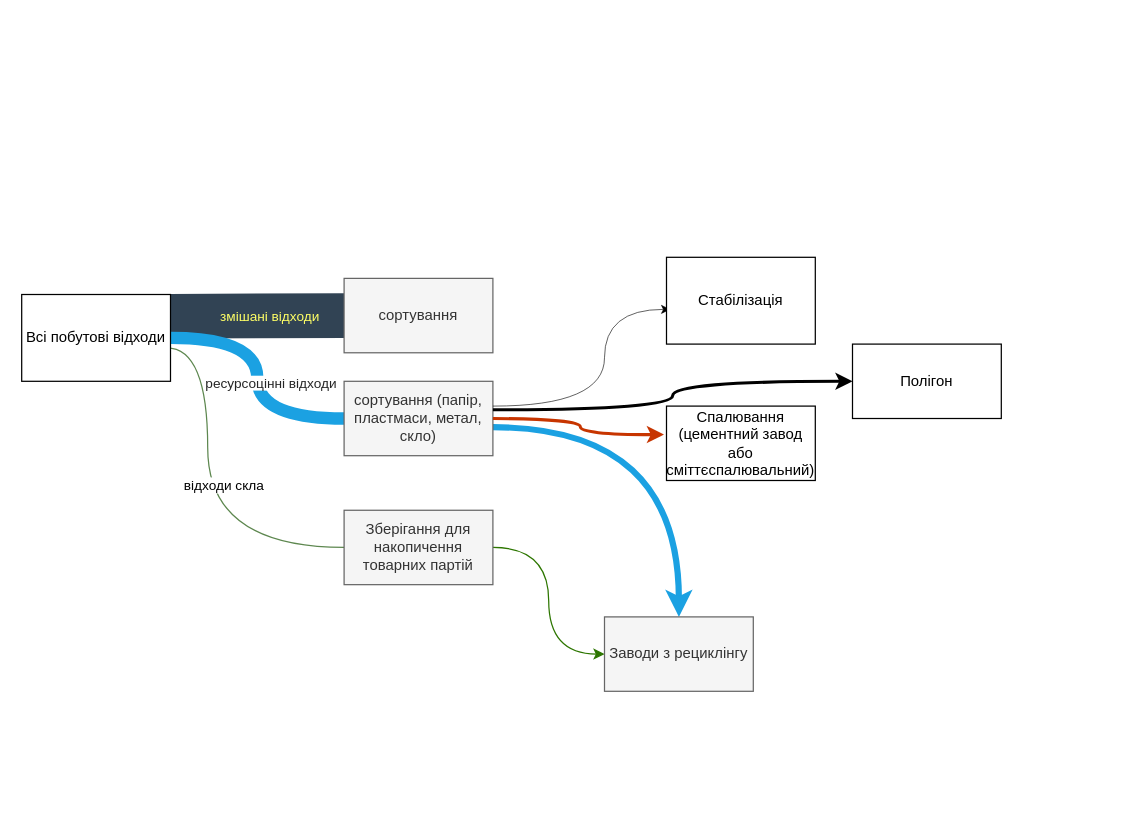
Above: Untitled Diagram.drawio in dianaaiandor/diagram-di (draw.io), before the change. Source tidied: cells renumbered, new cells numbered last; positions are measured from the earlier drawing's top-left corner, leaving out a move shared by most shapes. Both pictures are drawn from the tidied source at 124%, with x=0, y=0 at pixel (21, 257).
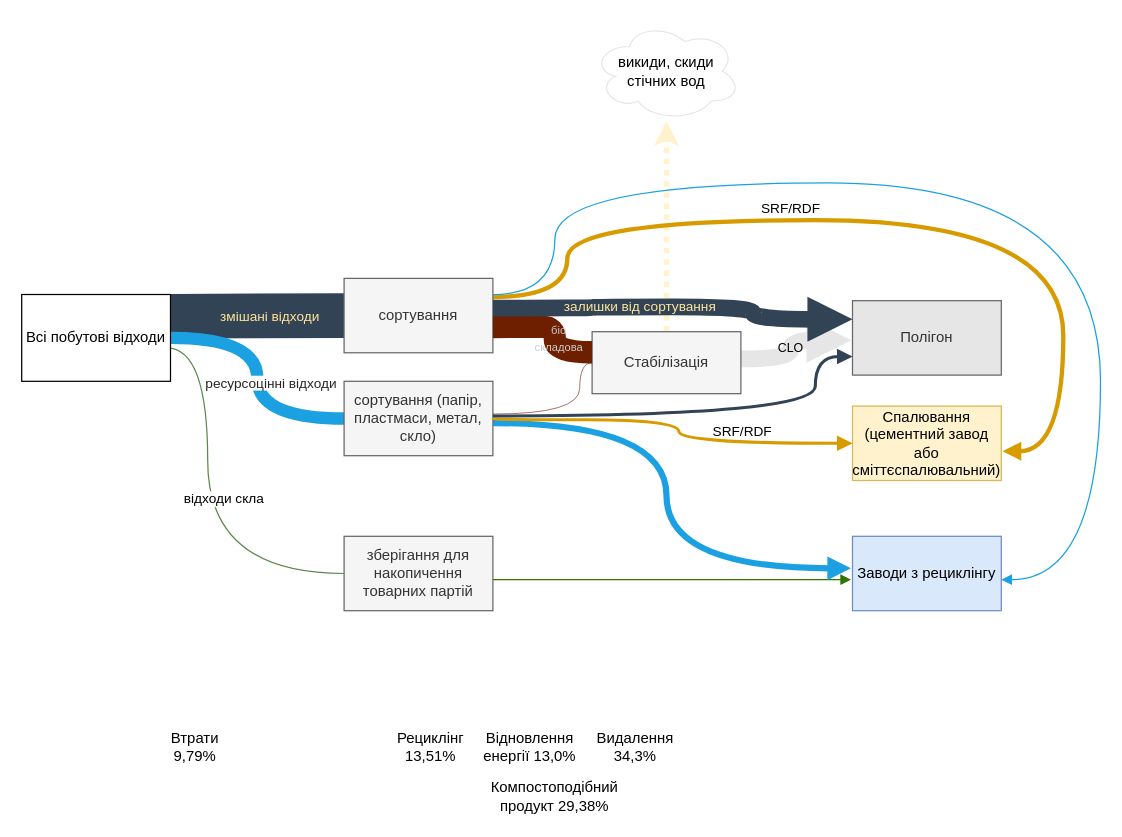
After the change.

Unchanged cells that the change refers to:
```xml
<mxCell id="2" style="edgeStyle=orthogonalEdgeStyle;rounded=0;jettySize=auto;html=1;curved=1;strokeWidth=36;endArrow=none;endFill=0;exitX=0;exitY=0.75;exitDx=0;exitDy=0;endSize=13;fontColor=#7a7a7a;fillColor=#647687;strokeColor=#314354;" parent="1" edge="1" source="8" target="9">
  <mxGeometry relative="1" as="geometry" />
</mxCell>
<mxCell id="8" value="Всі побутові відходи" style="rounded=0;whiteSpace=wrap;html=1;direction=west;" parent="1" vertex="1">
  <mxGeometry y="30" width="120" height="70" as="geometry" />
</mxCell>
<mxCell id="9" value="сортування" style="rounded=0;whiteSpace=wrap;html=1;fillColor=#f5f5f5;fontColor=#333333;strokeColor=#666666;" parent="1" vertex="1">
  <mxGeometry x="260" y="17" width="120" height="60" as="geometry" />
</mxCell>
<mxCell id="13" value="сортування (папір, пластмаси, метал, скло)" style="whiteSpace=wrap;html=1;rounded=0;fillColor=#f5f5f5;fontColor=#333333;strokeColor=#666666;" parent="1" vertex="1">
  <mxGeometry x="260" y="100" width="120" height="60" as="geometry" />
</mxCell>
```

The edit, as a diff of the source:
```diff
@@
+    <mxCell id="21" style="edgeStyle=orthogonalEdgeStyle;rounded=0;jettySize=auto;html=1;strokeWidth=4.5;fillColor=#f9f7ed;strokeColor=#FFF2CC;dashed=1;dashPattern=1 1;" parent="1" edge="1" source="20" target="32">
+      <mxGeometry relative="1" as="geometry" />
+    </mxCell>
@@
-    <mxCell id="3" value="змішані відходи" style="edgeLabel;html=1;align=center;verticalAlign=middle;fontColor=#FFFF66;labelBackgroundColor=none;" parent="2" vertex="1">
+    <mxCell id="3" value="змішані відходи" style="edgeLabel;html=1;align=center;verticalAlign=middle;fontColor=#FFE599;labelBackgroundColor=none;" parent="2" vertex="1">
       <mxGeometry x="0.17" y="-11" relative="1" as="geometry">
         <mxPoint x="-2" y="-11" as="offset" />
       </mxGeometry>
     </mxCell>
     <mxCell id="4" style="edgeStyle=orthogonalEdgeStyle;rounded=0;jettySize=auto;html=1;curved=1;fillColor=#6d8764;strokeColor=#5D874F;exitX=0.025;exitY=0.386;exitDx=0;exitDy=0;endArrow=none;endFill=0;exitPerimeter=0;entryX=1;entryY=0.5;entryDx=0;entryDy=0;" parent="1" edge="1" source="8" target="11">
       <mxGeometry relative="1" as="geometry">
         <Array as="points">
           <mxPoint x="150" y="73" />
-          <mxPoint x="150" y="234" />
+          <mxPoint x="150" y="255" />
         </Array>
       </mxGeometry>
     </mxCell>
@@
+    <mxCell id="22" style="edgeStyle=orthogonalEdgeStyle;rounded=0;jettySize=auto;html=1;curved=1;entryX=1.008;entryY=0.607;entryDx=0;entryDy=0;entryPerimeter=0;strokeWidth=3.5;fillColor=#ffcd28;strokeColor=#d79b00;gradientColor=#ffa500;exitX=1;exitY=0.25;exitDx=0;exitDy=0;endArrow=block;endFill=1;" parent="1" edge="1" source="9" target="15">
+      <mxGeometry relative="1" as="geometry">
+        <Array as="points">
+          <mxPoint x="440" y="32" />
+          <mxPoint x="440" y="-30" />
+          <mxPoint x="840" y="-30" />
+          <mxPoint x="840" y="156" />
+        </Array>
+      </mxGeometry>
+    </mxCell>
+    <mxCell id="23" value="SRF/RDF" style="edgeLabel;html=1;align=center;verticalAlign=middle;labelBackgroundColor=none;" parent="22" vertex="1">
+      <mxGeometry x="-0.56" y="-15" relative="1" as="geometry">
+        <mxPoint x="134" y="-25" as="offset" />
+      </mxGeometry>
+    </mxCell>
@@
-    <mxCell id="10" style="edgeStyle=orthogonalEdgeStyle;rounded=0;jettySize=auto;html=1;entryX=0;entryY=0.5;entryDx=0;entryDy=0;curved=1;fillColor=#60a917;strokeColor=#2D7600;" parent="1" edge="1" source="11" target="14">
-      <mxGeometry relative="1" as="geometry" />
+    <mxCell id="10" style="edgeStyle=orthogonalEdgeStyle;rounded=0;jettySize=auto;html=1;entryX=-0.01;entryY=0.583;entryDx=0;entryDy=0;curved=1;fillColor=#60a917;strokeColor=#2D7600;endArrow=block;endFill=1;entryPerimeter=0;" parent="1" edge="1" target="14">
+      <mxGeometry relative="1" as="geometry">
+        <mxPoint x="360" y="260" as="sourcePoint" />
+      </mxGeometry>
     </mxCell>
-    <mxCell id="11" value="Зберігання для накопичення товарних партій" style="rounded=0;whiteSpace=wrap;html=1;direction=west;fillColor=#f5f5f5;strokeColor=#666666;fontColor=#333333;" parent="1" vertex="1">
-      <mxGeometry x="260" y="204" width="120" height="60" as="geometry" />
+    <mxCell id="11" value="зберігання для накопичення товарних партій" style="rounded=0;whiteSpace=wrap;html=1;direction=west;fillColor=#f5f5f5;strokeColor=#666666;fontColor=#333333;" parent="1" vertex="1">
+      <mxGeometry x="260" y="225" width="120" height="60" as="geometry" />
     </mxCell>
-    <mxCell id="12" style="edgeStyle=orthogonalEdgeStyle;rounded=0;jettySize=auto;html=1;curved=1;entryX=0.5;entryY=0;entryDx=0;entryDy=0;strokeWidth=5;fillColor=#1ba1e2;strokeColor=#1BA1E2;exitX=1;exitY=0.617;exitDx=0;exitDy=0;exitPerimeter=0;" parent="1" edge="1" source="13" target="14">
-      <mxGeometry relative="1" as="geometry" />
+    <mxCell id="12" style="edgeStyle=orthogonalEdgeStyle;rounded=0;jettySize=auto;html=1;curved=1;entryX=-0.01;entryY=0.43;entryDx=0;entryDy=0;strokeWidth=5;fillColor=#1ba1e2;strokeColor=#1BA1E2;exitX=1.001;exitY=0.562;exitDx=0;exitDy=0;exitPerimeter=0;endArrow=block;endFill=1;entryPerimeter=0;" parent="1" edge="1" source="13" target="14">
+      <mxGeometry relative="1" as="geometry">
+        <Array as="points">
+          <mxPoint x="520" y="134" />
+          <mxPoint x="520" y="251" />
+        </Array>
+      </mxGeometry>
     </mxCell>
@@
-    <mxCell id="14" value="Заводи з рециклінгу" style="whiteSpace=wrap;html=1;fillColor=#f5f5f5;strokeColor=#666666;fontColor=#333333;rounded=0;" parent="1" vertex="1">
-      <mxGeometry x="470" y="290" width="120" height="60" as="geometry" />
+    <mxCell id="14" value="Заводи з рециклінгу" style="whiteSpace=wrap;html=1;fillColor=#dae8fc;strokeColor=#6c8ebf;rounded=0;" parent="1" vertex="1">
+      <mxGeometry x="670" y="225" width="120" height="60" as="geometry" />
     </mxCell>
-    <mxCell id="15" value="Спалювання (цементний завод або сміттєспалювальний)" style="whiteSpace=wrap;html=1;" parent="1" vertex="1">
-      <mxGeometry x="520" y="120" width="120" height="60" as="geometry" />
+    <mxCell id="15" value="Спалювання (цементний завод або сміттєспалювальний)" style="whiteSpace=wrap;html=1;fillColor=#fff2cc;strokeColor=#d6b656;" parent="1" vertex="1">
+      <mxGeometry x="670" y="120" width="120" height="60" as="geometry" />
     </mxCell>
-    <mxCell id="16" style="edgeStyle=orthogonalEdgeStyle;jettySize=auto;html=1;rounded=0;entryX=-0.017;entryY=0.383;entryDx=0;entryDy=0;entryPerimeter=0;curved=1;strokeWidth=2.5;fillColor=#fa6800;strokeColor=#C73500;" parent="1" edge="1" target="15">
+    <mxCell id="16" style="edgeStyle=orthogonalEdgeStyle;jettySize=auto;html=1;rounded=0;curved=1;strokeWidth=2.5;fillColor=#ffcd28;strokeColor=#d79b00;gradientColor=#ffa500;startArrow=none;startFill=0;entryX=0;entryY=0.5;entryDx=0;entryDy=0;endArrow=block;endFill=1;" parent="1" edge="1" target="15">
       <mxGeometry relative="1" as="geometry">
         <mxPoint x="380" y="130" as="sourcePoint" />
+        <Array as="points">
+          <mxPoint x="380" y="131" />
+          <mxPoint x="530" y="131" />
+          <mxPoint x="530" y="150" />
+        </Array>
       </mxGeometry>
     </mxCell>
+    <mxCell id="24" value="SRF/RDF" style="edgeLabel;html=1;align=center;verticalAlign=middle;labelBackgroundColor=none;" parent="16" vertex="1">
+      <mxGeometry x="0.25" relative="1" as="geometry">
+        <mxPoint x="26" y="-10" as="offset" />
+      </mxGeometry>
+    </mxCell>
-    <mxCell id="17" value="Полігон" style="whiteSpace=wrap;html=1;" parent="1" vertex="1">
-      <mxGeometry x="670" y="70" width="120" height="60" as="geometry" />
+    <mxCell id="17" value="Полігон" style="whiteSpace=wrap;html=1;fillColor=#E6E6E6;strokeColor=#666666;fontColor=#333333;" parent="1" vertex="1">
+      <mxGeometry x="670" y="35" width="120" height="60" as="geometry" />
     </mxCell>
+    <mxCell id="19" style="edgeStyle=orthogonalEdgeStyle;jettySize=auto;html=1;rounded=0;entryX=0;entryY=0.5;entryDx=0;entryDy=0;curved=1;strokeWidth=0.5;exitX=1.001;exitY=0.424;exitDx=0;exitDy=0;exitPerimeter=0;endArrow=none;endFill=0;fillColor=#a0522d;strokeColor=#6D1F00;" parent="1" edge="1" target="20">
+      <mxGeometry relative="1" as="geometry">
+        <mxPoint x="380.1" y="126.4" as="sourcePoint" />
+        <Array as="points">
+          <mxPoint x="450" y="126" />
+          <mxPoint x="450" y="85" />
+        </Array>
+      </mxGeometry>
+    </mxCell>
+    <mxCell id="25" style="edgeStyle=orthogonalEdgeStyle;rounded=0;jettySize=auto;html=1;exitX=1;exitY=0.5;exitDx=0;exitDy=0;entryX=-0.007;entryY=0.531;entryDx=0;entryDy=0;curved=1;strokeWidth=13.5;endArrow=block;endFill=1;endSize=1;fillColor=#f5f5f5;strokeColor=#E6E6E6;entryPerimeter=0;" parent="1" edge="1" target="17">
+      <mxGeometry relative="1" as="geometry">
+        <mxPoint x="580" y="82" as="sourcePoint" />
+        <Array as="points">
+          <mxPoint x="620" y="82" />
+          <mxPoint x="620" y="67" />
+        </Array>
+      </mxGeometry>
+    </mxCell>
+    <mxCell id="26" value="&lt;font size=&quot;1&quot;&gt;CLO&lt;/font&gt;" style="edgeLabel;html=1;align=center;verticalAlign=middle;labelBackgroundColor=none;spacingTop=2;" parent="25" vertex="1">
+      <mxGeometry relative="1" as="geometry">
+        <mxPoint x="-1" y="1" as="offset" />
+      </mxGeometry>
+    </mxCell>
+    <mxCell id="20" value="Стабілізація" style="whiteSpace=wrap;html=1;fillColor=#f5f5f5;fontColor=#333333;strokeColor=#666666;" parent="1" vertex="1">
+      <mxGeometry x="460" y="60" width="120" height="50" as="geometry" />
+    </mxCell>
+    <mxCell id="27" style="edgeStyle=orthogonalEdgeStyle;jettySize=auto;html=1;rounded=0;curved=1;strokeWidth=18;endArrow=none;endFill=0;fillColor=#a0522d;strokeColor=#6D1F00;exitX=0.983;exitY=0.653;exitDx=0;exitDy=0;exitPerimeter=0;entryX=0;entryY=0.331;entryDx=0;entryDy=0;entryPerimeter=0;" parent="1" edge="1" target="20">
+      <mxGeometry relative="1" as="geometry">
+        <mxPoint x="380" y="56.2" as="sourcePoint" />
+        <Array as="points">
+          <mxPoint x="410" y="56" />
+          <mxPoint x="430" y="56" />
+          <mxPoint x="430" y="77" />
+        </Array>
+      </mxGeometry>
+    </mxCell>
+    <mxCell id="28" value="&lt;span style=&quot;white-space: normal; caret-color: rgb(51, 51, 51); text-align: left;&quot;&gt;&lt;font style=&quot;font-size: 9px;&quot; face=&quot;Helvetica&quot;&gt;біо складова&lt;/font&gt;&lt;/span&gt;" style="edgeLabel;html=1;align=center;verticalAlign=middle;labelBackgroundColor=none;fontColor=#CCCCCC;" parent="27" vertex="1">
+      <mxGeometry x="0.12" y="3" relative="1" as="geometry">
+        <mxPoint x="-1" y="3" as="offset" />
+      </mxGeometry>
+    </mxCell>
+    <mxCell id="29" style="edgeStyle=orthogonalEdgeStyle;jettySize=auto;html=1;rounded=0;entryX=0;entryY=0.25;entryDx=0;entryDy=0;curved=1;exitX=1;exitY=0.75;exitDx=0;exitDy=0;strokeWidth=13.5;fillColor=#647687;strokeColor=#314354;endArrow=block;endFill=1;endSize=1;" parent="1" edge="1" target="17">
+      <mxGeometry relative="1" as="geometry">
+        <mxPoint x="380" y="41" as="sourcePoint" />
+        <Array as="points">
+          <mxPoint x="460" y="41" />
+          <mxPoint x="460" y="40" />
+          <mxPoint x="590" y="40" />
+          <mxPoint x="590" y="50" />
+        </Array>
+      </mxGeometry>
+    </mxCell>
+    <mxCell id="30" value="залишки від сортування&amp;nbsp;" style="edgeLabel;html=1;align=center;verticalAlign=middle;labelBackgroundColor=none;fontColor=#FFE599;" parent="29" vertex="1">
+      <mxGeometry x="-0.2" y="-1" relative="1" as="geometry">
+        <mxPoint y="-2" as="offset" />
+      </mxGeometry>
+    </mxCell>
+    <mxCell id="31" style="edgeStyle=orthogonalEdgeStyle;orthogonalLoop=1;jettySize=auto;html=1;rounded=0;curved=1;fillColor=#1ba1e2;strokeColor=#1BA1E2;endArrow=block;endFill=1;" parent="1" edge="1">
+      <mxGeometry relative="1" as="geometry">
+        <mxPoint x="380" y="30" as="sourcePoint" />
+        <mxPoint x="790" y="260" as="targetPoint" />
+        <Array as="points">
+          <mxPoint x="430" y="30" />
+          <mxPoint x="430" y="-60" />
+          <mxPoint x="870" y="-60" />
+          <mxPoint x="870" y="260" />
+        </Array>
+      </mxGeometry>
+    </mxCell>
+    <mxCell id="32" value="викиди, скиди стічних вод" style="ellipse;shape=cloud;whiteSpace=wrap;html=1;strokeColor=#E6E6E6;" parent="1" vertex="1">
+      <mxGeometry x="460" y="-190" width="120" height="80" as="geometry" />
+    </mxCell>
+    <mxCell id="33" value="Рециклінг 13,51%" style="text;strokeColor=none;align=center;fillColor=none;html=1;verticalAlign=middle;whiteSpace=wrap;rounded=0;" parent="1" vertex="1">
+      <mxGeometry x="300" y="380" width="60" height="30" as="geometry" />
+    </mxCell>
+    <mxCell id="34" value="Відновлення енергії 13,0%" style="text;strokeColor=none;align=center;fillColor=none;html=1;verticalAlign=middle;whiteSpace=wrap;rounded=0;" parent="1" vertex="1">
+      <mxGeometry x="360" y="380" width="100" height="30" as="geometry" />
+    </mxCell>
+    <mxCell id="35" value="Видалення 34,3%" style="text;strokeColor=none;align=center;fillColor=none;html=1;verticalAlign=middle;whiteSpace=wrap;rounded=0;" parent="1" vertex="1">
+      <mxGeometry x="445" y="380" width="100" height="30" as="geometry" />
+    </mxCell>
+    <mxCell id="36" value="Компостоподібний продукт 29,38%" style="text;strokeColor=none;align=center;fillColor=none;html=1;verticalAlign=middle;whiteSpace=wrap;rounded=0;" parent="1" vertex="1">
+      <mxGeometry x="370" y="420" width="120" height="30" as="geometry" />
+    </mxCell>
+    <mxCell id="37" value="Втрати 9,79%" style="text;strokeColor=none;align=center;fillColor=none;html=1;verticalAlign=middle;whiteSpace=wrap;rounded=0;" parent="1" vertex="1">
+      <mxGeometry x="110" y="380" width="60" height="30" as="geometry" />
+    </mxCell>
-    <mxCell id="18" style="edgeStyle=orthogonalEdgeStyle;jettySize=auto;html=1;rounded=0;entryX=0;entryY=0.5;entryDx=0;entryDy=0;curved=1;strokeWidth=2.5;exitX=1;exitY=0.383;exitDx=0;exitDy=0;exitPerimeter=0;" parent="1" edge="1" source="13" target="17">
-      <mxGeometry relative="1" as="geometry" />
+    <mxCell id="18" style="edgeStyle=orthogonalEdgeStyle;jettySize=auto;html=1;rounded=0;curved=1;strokeWidth=2.5;fillColor=#647687;strokeColor=#314354;entryX=0;entryY=0.75;entryDx=0;entryDy=0;endArrow=block;endFill=1;" parent="1" edge="1" target="17">
+      <mxGeometry relative="1" as="geometry">
+        <mxPoint x="380" y="128" as="sourcePoint" />
+        <Array as="points">
+          <mxPoint x="640" y="128" />
+          <mxPoint x="640" y="80" />
+        </Array>
+      </mxGeometry>
     </mxCell>
-    <mxCell id="19" style="edgeStyle=orthogonalEdgeStyle;jettySize=auto;html=1;rounded=0;entryX=0.025;entryY=0.6;entryDx=0;entryDy=0;entryPerimeter=0;curved=1;strokeWidth=0.5;" parent="1" edge="1" target="20">
-      <mxGeometry relative="1" as="geometry">
-        <mxPoint x="380" y="120" as="sourcePoint" />
-        <Array as="points">
-          <mxPoint x="470" y="120" />
-          <mxPoint x="470" y="42" />
-        </Array>
-      </mxGeometry>
-    </mxCell>
-    <mxCell id="20" value="Стабілізація" style="whiteSpace=wrap;html=1;" parent="1" vertex="1">
-      <mxGeometry x="520" width="120" height="70" as="geometry" />
-    </mxCell>
```
